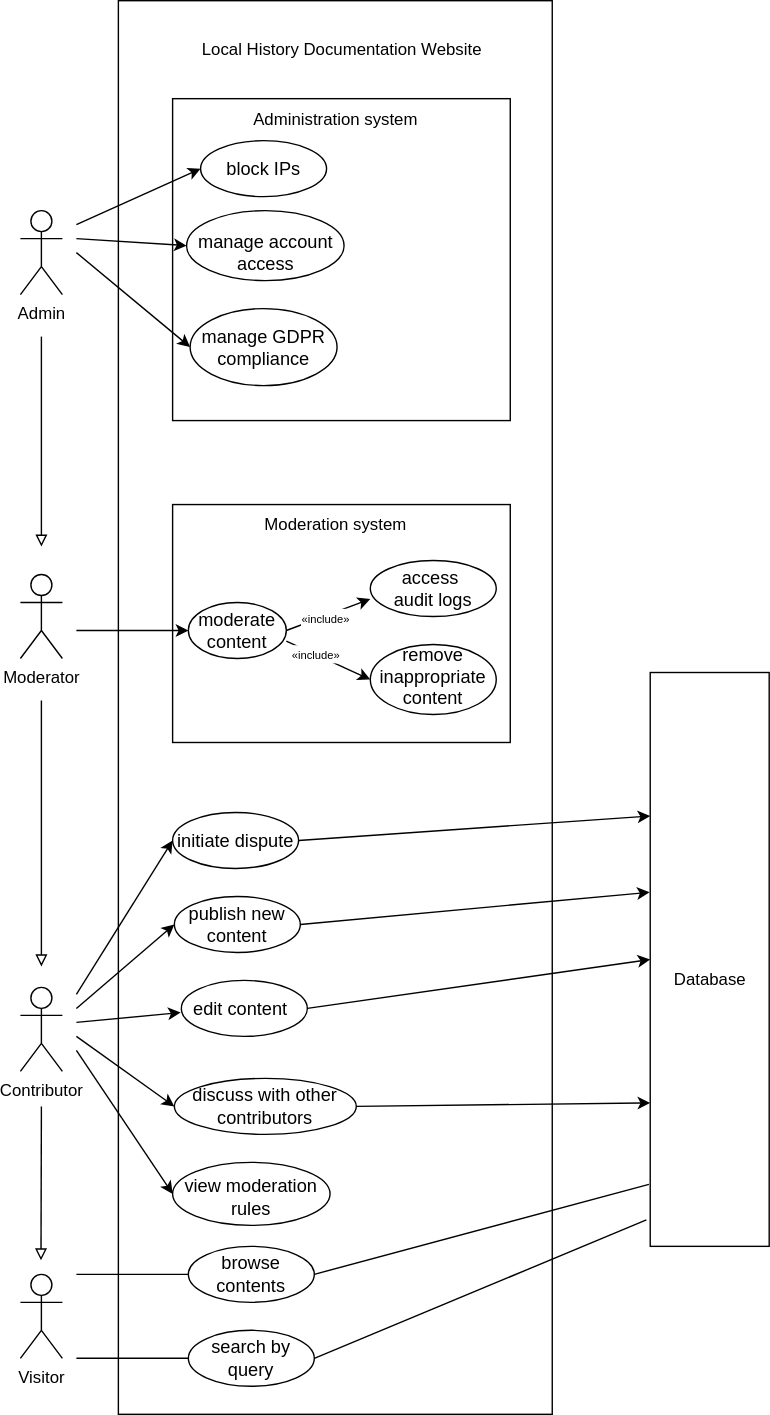
Above: Requirements/use_case_diagrams/UseCases.drawio.svg in Fre-Ar/SE1 (draw.io), before the change. Source tidied: cells renumbered, new cells last; positions are measured from the earlier drawing's top-left corner, leaving out a move shared by most shapes. Its diagram source:
```xml
<mxGraphModel>
  <root>
    <mxCell id="0" />
    <mxCell id="1" parent="0" />
    <mxCell id="2" style="rounded=0;whiteSpace=wrap;html=1;labelBackgroundColor=none;" parent="1" vertex="1">
      <mxGeometry x="70" width="310" height="1010" as="geometry" />
    </mxCell>
    <mxCell id="3" style="rounded=0;whiteSpace=wrap;html=1;" parent="1" vertex="1">
      <mxGeometry x="108.8" y="360" width="241.2" height="170" as="geometry" />
    </mxCell>
    <mxCell id="4" style="rounded=0;whiteSpace=wrap;html=1;" parent="1" vertex="1">
      <mxGeometry x="450" y="480" width="85" height="410" as="geometry" />
    </mxCell>
    <mxCell id="5" value="Visitor" style="shape=umlActor;verticalLabelPosition=bottom;verticalAlign=top;html=1;" parent="1" vertex="1">
      <mxGeometry y="910" width="30" height="60" as="geometry" />
    </mxCell>
    <mxCell id="6" style="endArrow=none;html=1;rounded=0;entryX=0;entryY=0.5;entryDx=0;entryDy=0;" parent="1" edge="1" target="8">
      <mxGeometry relative="1" as="geometry">
        <mxPoint x="40" y="910" as="sourcePoint" />
      </mxGeometry>
    </mxCell>
    <mxCell id="7" style="endArrow=none;html=1;rounded=0;entryX=0;entryY=0.5;entryDx=0;entryDy=0;" parent="1" edge="1" target="9">
      <mxGeometry relative="1" as="geometry">
        <mxPoint x="40" y="970" as="sourcePoint" />
      </mxGeometry>
    </mxCell>
    <mxCell id="8" style="ellipse;whiteSpace=wrap;html=1;" parent="1" vertex="1">
      <mxGeometry x="120" y="890" width="90" height="40" as="geometry" />
    </mxCell>
    <mxCell id="9" style="ellipse;whiteSpace=wrap;html=1;" parent="1" vertex="1">
      <mxGeometry x="120" y="950" width="90" height="40" as="geometry" />
    </mxCell>
    <mxCell id="10" value="&lt;font&gt;search by query&lt;/font&gt;" style="text;html=1;align=center;verticalAlign=middle;whiteSpace=wrap;rounded=0;fontSize=13;" parent="1" vertex="1">
      <mxGeometry x="120" y="950" width="90" height="40" as="geometry" />
    </mxCell>
    <mxCell id="11" value="&lt;font&gt;browse contents&lt;/font&gt;" style="text;html=1;align=center;verticalAlign=middle;whiteSpace=wrap;rounded=0;fontSize=13;" parent="1" vertex="1">
      <mxGeometry x="120" y="890" width="90" height="40" as="geometry" />
    </mxCell>
    <mxCell id="12" value="&lt;div&gt;&lt;span style=&quot;background-color: transparent; color: light-dark(rgb(0, 0, 0), rgb(255, 255, 255));&quot;&gt;Database&lt;/span&gt;&lt;/div&gt;" style="text;html=1;align=center;verticalAlign=middle;whiteSpace=wrap;rounded=0;" parent="1" vertex="1">
      <mxGeometry x="462.5" y="685" width="60" height="30" as="geometry" />
    </mxCell>
    <mxCell id="13" style="endArrow=none;html=1;rounded=0;entryX=1;entryY=0.5;entryDx=0;entryDy=0;exitX=-0.032;exitY=0.954;exitDx=0;exitDy=0;exitPerimeter=0;" parent="1" edge="1" source="4" target="10">
      <mxGeometry relative="1" as="geometry" />
    </mxCell>
    <mxCell id="14" style="endArrow=none;html=1;rounded=0;entryX=1;entryY=0.5;entryDx=0;entryDy=0;exitX=-0.011;exitY=0.892;exitDx=0;exitDy=0;exitPerimeter=0;" parent="1" edge="1" source="4" target="11">
      <mxGeometry relative="1" as="geometry" />
    </mxCell>
    <mxCell id="15" value="Contribu&lt;span style=&quot;background-color: transparent; color: light-dark(rgb(0, 0, 0), rgb(255, 255, 255));&quot;&gt;tor&lt;/span&gt;" style="shape=umlActor;verticalLabelPosition=bottom;verticalAlign=top;html=1;" parent="1" vertex="1">
      <mxGeometry y="705" width="30" height="60" as="geometry" />
    </mxCell>
    <mxCell id="16" style="endArrow=block;html=1;rounded=0;endFill=0;" parent="1" edge="1">
      <mxGeometry relative="1" as="geometry">
        <mxPoint x="15" y="790" as="sourcePoint" />
        <mxPoint x="14.7" y="900" as="targetPoint" />
      </mxGeometry>
    </mxCell>
    <mxCell id="17" style="edgeStyle=orthogonalEdgeStyle;rounded=0;orthogonalLoop=1;jettySize=auto;html=1;endArrow=block;endFill=0;" parent="1" edge="1">
      <mxGeometry relative="1" as="geometry">
        <mxPoint x="15" y="240" as="sourcePoint" />
        <mxPoint x="15" y="390" as="targetPoint" />
      </mxGeometry>
    </mxCell>
    <mxCell id="18" value="Admin" style="shape=umlActor;verticalLabelPosition=bottom;verticalAlign=top;html=1;" parent="1" vertex="1">
      <mxGeometry y="150" width="30" height="60" as="geometry" />
    </mxCell>
    <mxCell id="19" style="endArrow=block;html=1;rounded=0;endFill=0;" parent="1" edge="1">
      <mxGeometry relative="1" as="geometry">
        <mxPoint x="15" y="500" as="sourcePoint" />
        <mxPoint x="15" y="690" as="targetPoint" />
      </mxGeometry>
    </mxCell>
    <mxCell id="20" value="Modera&lt;span style=&quot;background-color: transparent; color: light-dark(rgb(0, 0, 0), rgb(255, 255, 255));&quot;&gt;tor&lt;/span&gt;" style="shape=umlActor;verticalLabelPosition=bottom;verticalAlign=top;html=1;" parent="1" vertex="1">
      <mxGeometry y="410" width="30" height="60" as="geometry" />
    </mxCell>
    <mxCell id="21" style="ellipse;whiteSpace=wrap;html=1;" parent="1" vertex="1">
      <mxGeometry x="108.8" y="830" width="112.5" height="45" as="geometry" />
    </mxCell>
    <mxCell id="22" value="view moderation rules" style="text;html=1;align=center;verticalAlign=middle;whiteSpace=wrap;rounded=0;fontSize=13;" parent="1" vertex="1">
      <mxGeometry x="115" y="840" width="100" height="30" as="geometry" />
    </mxCell>
    <mxCell id="23" style="ellipse;whiteSpace=wrap;html=1;" parent="1" vertex="1">
      <mxGeometry x="110" y="770" width="130" height="40" as="geometry" />
    </mxCell>
    <mxCell id="24" value="&lt;font&gt;discuss with other contributors&lt;/font&gt;" style="text;html=1;align=center;verticalAlign=middle;whiteSpace=wrap;rounded=0;fontSize=13;" parent="1" vertex="1">
      <mxGeometry x="120" y="775" width="110" height="30" as="geometry" />
    </mxCell>
    <mxCell id="25" style="ellipse;whiteSpace=wrap;html=1;" parent="1" vertex="1">
      <mxGeometry x="115" y="700" width="90" height="40" as="geometry" />
    </mxCell>
    <mxCell id="26" value="&lt;br&gt;&lt;div&gt;e&lt;span style=&quot;background-color: transparent; color: light-dark(rgb(0, 0, 0), rgb(255, 255, 255));&quot;&gt;dit content&lt;/span&gt;&lt;/div&gt;&lt;div&gt;&lt;br&gt;&lt;/div&gt;" style="text;html=1;align=center;verticalAlign=middle;whiteSpace=wrap;rounded=0;fontSize=13;" parent="1" vertex="1">
      <mxGeometry x="115" y="705" width="85" height="30" as="geometry" />
    </mxCell>
    <mxCell id="27" style="ellipse;whiteSpace=wrap;html=1;" parent="1" vertex="1">
      <mxGeometry x="110" y="640" width="90" height="40" as="geometry" />
    </mxCell>
    <mxCell id="28" value="publish new content" style="text;html=1;align=center;verticalAlign=middle;whiteSpace=wrap;rounded=0;fontSize=13;" parent="1" vertex="1">
      <mxGeometry x="110" y="645" width="90" height="30" as="geometry" />
    </mxCell>
    <mxCell id="29" style="ellipse;whiteSpace=wrap;html=1;" parent="1" vertex="1">
      <mxGeometry x="108.8" y="580" width="90" height="40" as="geometry" />
    </mxCell>
    <mxCell id="30" value="&lt;font&gt;i&lt;/font&gt;&lt;span style=&quot;background-color: transparent; color: light-dark(rgb(0, 0, 0), rgb(255, 255, 255));&quot;&gt;nitiate dispute&lt;/span&gt;" style="text;html=1;align=center;verticalAlign=middle;whiteSpace=wrap;rounded=0;fontSize=13;" parent="1" vertex="1">
      <mxGeometry x="108.8" y="585" width="90" height="30" as="geometry" />
    </mxCell>
    <mxCell id="31" style="ellipse;whiteSpace=wrap;html=1;" parent="1" vertex="1">
      <mxGeometry x="250" y="400" width="90" height="40" as="geometry" />
    </mxCell>
    <mxCell id="32" value="access&amp;nbsp;&lt;div&gt;audit logs&lt;/div&gt;" style="text;html=1;align=center;verticalAlign=middle;whiteSpace=wrap;rounded=0;fontSize=13;" parent="1" vertex="1">
      <mxGeometry x="250" y="405" width="90" height="30" as="geometry" />
    </mxCell>
    <mxCell id="33" style="ellipse;whiteSpace=wrap;html=1;" parent="1" vertex="1">
      <mxGeometry x="250" y="460" width="90" height="50" as="geometry" />
    </mxCell>
    <mxCell id="34" value="remove inappropriate content" style="text;html=1;align=center;verticalAlign=middle;whiteSpace=wrap;rounded=0;fontSize=13;" parent="1" vertex="1">
      <mxGeometry x="260" y="470" width="70" height="25" as="geometry" />
    </mxCell>
    <mxCell id="35" style="ellipse;whiteSpace=wrap;html=1;" parent="1" vertex="1">
      <mxGeometry x="120" y="430" width="70" height="40" as="geometry" />
    </mxCell>
    <mxCell id="36" value="moderate content" style="text;html=1;align=center;verticalAlign=middle;whiteSpace=wrap;rounded=0;fontSize=13;" parent="1" vertex="1">
      <mxGeometry x="120" y="435" width="70" height="30" as="geometry" />
    </mxCell>
    <mxCell id="37" style="endArrow=classic;html=1;rounded=0;entryX=0;entryY=0.75;entryDx=0;entryDy=0;exitX=1;exitY=0.5;exitDx=0;exitDy=0;" parent="1" edge="1" source="36" target="32">
      <mxGeometry relative="1" as="geometry" />
    </mxCell>
    <mxCell id="38" value="&lt;span style=&quot;font-size: 8px; text-wrap-mode: wrap;&quot;&gt;«include»&lt;/span&gt;" style="edgeLabel;html=1;align=center;verticalAlign=middle;labelBackgroundColor=default;" parent="37" vertex="1">
      <mxGeometry x="-0.11" relative="1" as="geometry" />
    </mxCell>
    <mxCell id="39" style="endArrow=classic;html=1;rounded=0;exitX=1;exitY=0.75;exitDx=0;exitDy=0;entryX=0;entryY=0.5;entryDx=0;entryDy=0;" parent="1" edge="1" source="36" target="33">
      <mxGeometry relative="1" as="geometry" />
    </mxCell>
    <mxCell id="40" value="&lt;span style=&quot;font-size: 8px; text-wrap-mode: wrap; background-color: rgba(27, 29, 30, 0);&quot;&gt;«include»&lt;/span&gt;" style="edgeLabel;html=1;align=center;verticalAlign=middle;" parent="39" vertex="1">
      <mxGeometry x="-0.31" relative="1" as="geometry" />
    </mxCell>
    <mxCell id="41" value="Moderation system" style="text;html=1;whiteSpace=wrap;strokeColor=none;fillColor=none;align=center;verticalAlign=middle;rounded=0;" parent="1" vertex="1">
      <mxGeometry x="152.5" y="360" width="145" height="30" as="geometry" />
    </mxCell>
    <mxCell id="42" style="rounded=0;whiteSpace=wrap;html=1;" parent="1" vertex="1">
      <mxGeometry x="108.8" y="70" width="241.2" height="230" as="geometry" />
    </mxCell>
    <mxCell id="43" value="Administration&amp;nbsp;&lt;span style=&quot;background-color: transparent; color: light-dark(rgb(0, 0, 0), rgb(255, 255, 255));&quot;&gt;system&lt;/span&gt;" style="text;html=1;whiteSpace=wrap;strokeColor=none;fillColor=none;align=center;verticalAlign=middle;rounded=0;" parent="1" vertex="1">
      <mxGeometry x="152.5" y="70" width="145" height="30" as="geometry" />
    </mxCell>
    <mxCell id="44" style="ellipse;whiteSpace=wrap;html=1;" parent="1" vertex="1">
      <mxGeometry x="128.8" y="100" width="90" height="40" as="geometry" />
    </mxCell>
    <mxCell id="45" value="block IPs" style="text;html=1;align=center;verticalAlign=middle;whiteSpace=wrap;rounded=0;fontSize=13;" parent="1" vertex="1">
      <mxGeometry x="128.8" y="105" width="90" height="30" as="geometry" />
    </mxCell>
    <mxCell id="46" style="ellipse;whiteSpace=wrap;html=1;" parent="1" vertex="1">
      <mxGeometry x="118.8" y="150" width="112.5" height="50" as="geometry" />
    </mxCell>
    <mxCell id="47" value="manage account access" style="text;html=1;align=center;verticalAlign=middle;whiteSpace=wrap;rounded=0;fontSize=13;" parent="1" vertex="1">
      <mxGeometry x="122.5" y="165" width="105" height="30" as="geometry" />
    </mxCell>
    <mxCell id="48" style="ellipse;whiteSpace=wrap;html=1;" parent="1" vertex="1">
      <mxGeometry x="121.3" y="220" width="105" height="55" as="geometry" />
    </mxCell>
    <mxCell id="49" value="manage GDPR compliance" style="text;html=1;align=center;verticalAlign=middle;whiteSpace=wrap;rounded=0;fontSize=13;" parent="1" vertex="1">
      <mxGeometry x="120.6" y="232.5" width="106.2" height="30" as="geometry" />
    </mxCell>
    <mxCell id="50" value="Local History Documentation Website" style="text;html=1;whiteSpace=wrap;strokeColor=none;fillColor=none;align=center;verticalAlign=middle;rounded=0;" parent="1" vertex="1">
      <mxGeometry x="110" y="20" width="240" height="30" as="geometry" />
    </mxCell>
    <mxCell id="51" style="endArrow=classic;html=1;rounded=0;entryX=0;entryY=0.5;entryDx=0;entryDy=0;" parent="1" edge="1" target="21">
      <mxGeometry relative="1" as="geometry">
        <mxPoint x="40" y="750" as="sourcePoint" />
      </mxGeometry>
    </mxCell>
    <mxCell id="52" style="endArrow=classic;html=1;rounded=0;entryX=-0.006;entryY=0.599;entryDx=0;entryDy=0;entryPerimeter=0;" parent="1" edge="1" target="26">
      <mxGeometry relative="1" as="geometry">
        <mxPoint x="40" y="730" as="sourcePoint" />
      </mxGeometry>
    </mxCell>
    <mxCell id="53" style="endArrow=classic;html=1;rounded=0;entryX=0;entryY=0.5;entryDx=0;entryDy=0;" parent="1" edge="1" target="28">
      <mxGeometry relative="1" as="geometry">
        <mxPoint x="40" y="720" as="sourcePoint" />
      </mxGeometry>
    </mxCell>
    <mxCell id="54" style="endArrow=classic;html=1;rounded=0;entryX=0;entryY=0.5;entryDx=0;entryDy=0;" parent="1" edge="1" target="30">
      <mxGeometry relative="1" as="geometry">
        <mxPoint x="40" y="710" as="sourcePoint" />
      </mxGeometry>
    </mxCell>
    <mxCell id="55" style="endArrow=classic;html=1;rounded=0;entryX=0;entryY=0.5;entryDx=0;entryDy=0;" parent="1" edge="1" target="36">
      <mxGeometry relative="1" as="geometry">
        <mxPoint x="40" y="450" as="sourcePoint" />
      </mxGeometry>
    </mxCell>
    <mxCell id="56" style="endArrow=classic;html=1;rounded=0;entryX=0;entryY=0.5;entryDx=0;entryDy=0;" parent="1" edge="1" target="23">
      <mxGeometry relative="1" as="geometry">
        <mxPoint x="40" y="740" as="sourcePoint" />
      </mxGeometry>
    </mxCell>
    <mxCell id="57" style="endArrow=classic;html=1;rounded=0;entryX=0;entryY=0.5;entryDx=0;entryDy=0;" parent="1" edge="1" target="45">
      <mxGeometry relative="1" as="geometry">
        <mxPoint x="40" y="160" as="sourcePoint" />
      </mxGeometry>
    </mxCell>
    <mxCell id="58" style="endArrow=classic;html=1;rounded=0;entryX=0;entryY=0.5;entryDx=0;entryDy=0;" parent="1" edge="1" target="46">
      <mxGeometry relative="1" as="geometry">
        <mxPoint x="40" y="170" as="sourcePoint" />
      </mxGeometry>
    </mxCell>
    <mxCell id="59" style="endArrow=classic;html=1;rounded=0;entryX=0;entryY=0.5;entryDx=0;entryDy=0;" parent="1" edge="1" target="48">
      <mxGeometry relative="1" as="geometry">
        <mxPoint x="40" y="180" as="sourcePoint" />
      </mxGeometry>
    </mxCell>
    <mxCell id="60" style="endArrow=classic;html=1;rounded=0;entryX=0;entryY=0.75;entryDx=0;entryDy=0;exitX=1;exitY=0.5;exitDx=0;exitDy=0;" parent="1" edge="1" source="23" target="4">
      <mxGeometry relative="1" as="geometry" />
    </mxCell>
    <mxCell id="61" style="endArrow=classic;html=1;rounded=0;entryX=0;entryY=0.5;entryDx=0;entryDy=0;exitX=1;exitY=0.5;exitDx=0;exitDy=0;" parent="1" edge="1" source="25" target="4">
      <mxGeometry relative="1" as="geometry" />
    </mxCell>
    <mxCell id="62" style="endArrow=classic;html=1;rounded=0;entryX=-0.005;entryY=0.383;entryDx=0;entryDy=0;entryPerimeter=0;exitX=1;exitY=0.5;exitDx=0;exitDy=0;" parent="1" edge="1" source="28" target="4">
      <mxGeometry relative="1" as="geometry" />
    </mxCell>
    <mxCell id="63" style="endArrow=classic;html=1;rounded=0;entryX=0;entryY=0.25;entryDx=0;entryDy=0;exitX=1;exitY=0.5;exitDx=0;exitDy=0;" parent="1" edge="1" source="30" target="4">
      <mxGeometry relative="1" as="geometry" />
    </mxCell>
  </root>
</mxGraphModel>
```
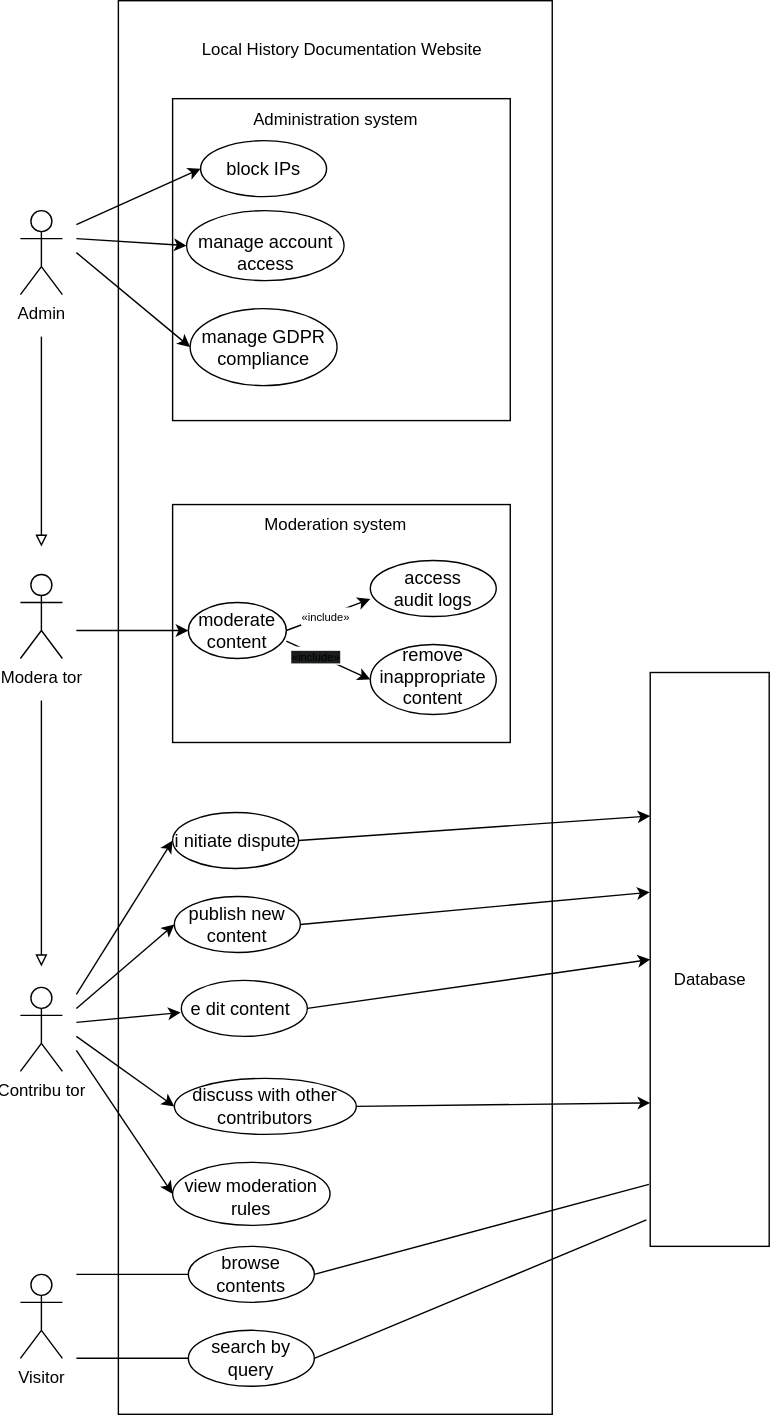
Later version of the same file.

Commit message:
Added UML Class Diagaram

Change to the diagram source:
```diff
@@ -48,12 +48,6 @@
     <mxCell id="15" value="Contribu&lt;span style=&quot;background-color: transparent; color: light-dark(rgb(0, 0, 0), rgb(255, 255, 255));&quot;&gt;tor&lt;/span&gt;" style="shape=umlActor;verticalLabelPosition=bottom;verticalAlign=top;html=1;" parent="1" vertex="1">
       <mxGeometry y="705" width="30" height="60" as="geometry" />
     </mxCell>
-    <mxCell id="16" style="endArrow=block;html=1;rounded=0;endFill=0;" parent="1" edge="1">
-      <mxGeometry relative="1" as="geometry">
-        <mxPoint x="15" y="790" as="sourcePoint" />
-        <mxPoint x="14.7" y="900" as="targetPoint" />
-      </mxGeometry>
-    </mxCell>
     <mxCell id="17" style="edgeStyle=orthogonalEdgeStyle;rounded=0;orthogonalLoop=1;jettySize=auto;html=1;endArrow=block;endFill=0;" parent="1" edge="1">
       <mxGeometry relative="1" as="geometry">
         <mxPoint x="15" y="240" as="sourcePoint" />
@@ -129,7 +123,7 @@
     <mxCell id="39" style="endArrow=classic;html=1;rounded=0;exitX=1;exitY=0.75;exitDx=0;exitDy=0;entryX=0;entryY=0.5;entryDx=0;entryDy=0;" parent="1" edge="1" source="36" target="33">
       <mxGeometry relative="1" as="geometry" />
     </mxCell>
-    <mxCell id="40" value="&lt;span style=&quot;font-size: 8px; text-wrap-mode: wrap; background-color: rgba(27, 29, 30, 0);&quot;&gt;«include»&lt;/span&gt;" style="edgeLabel;html=1;align=center;verticalAlign=middle;" parent="39" vertex="1">
+    <mxCell id="40" value="&lt;span style=&quot;font-size: 8px; text-wrap-mode: wrap; background-color: light-dark(rgb(27, 29, 30), rgb(0, 0, 0));&quot;&gt;«include»&lt;/span&gt;" style="edgeLabel;html=1;align=center;verticalAlign=middle;" parent="39" vertex="1">
       <mxGeometry x="-0.31" relative="1" as="geometry" />
     </mxCell>
     <mxCell id="41" value="Moderation system" style="text;html=1;whiteSpace=wrap;strokeColor=none;fillColor=none;align=center;verticalAlign=middle;rounded=0;" parent="1" vertex="1">
```
